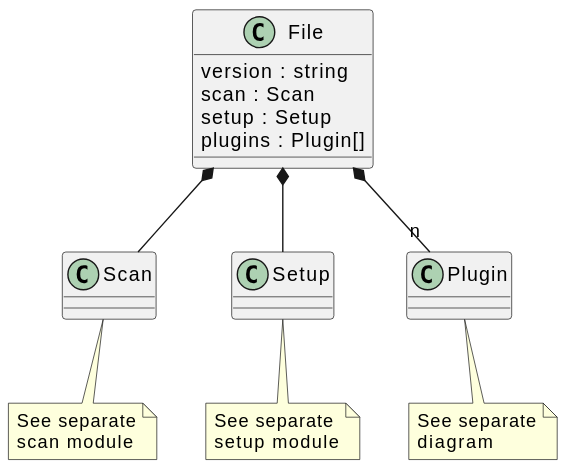
The PlantUML diagram docs/uml/evedata.scan.entities.file.svg in tillbiskup/evedata, before a commit.
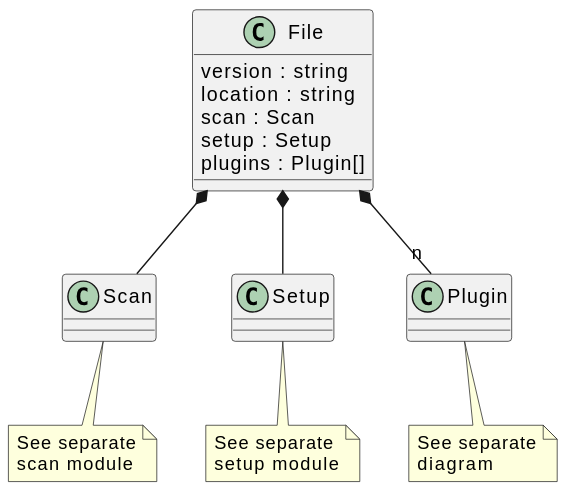
Above is the later version.

Commit message:
Update architecture description and UML diagrams.

Change to the diagram source:
```diff
@@ -1,6 +1,7 @@
 @startuml
 class File {
     version : string
+    location : string
     scan : Scan
     setup : Setup
     plugins : Plugin[]
```
